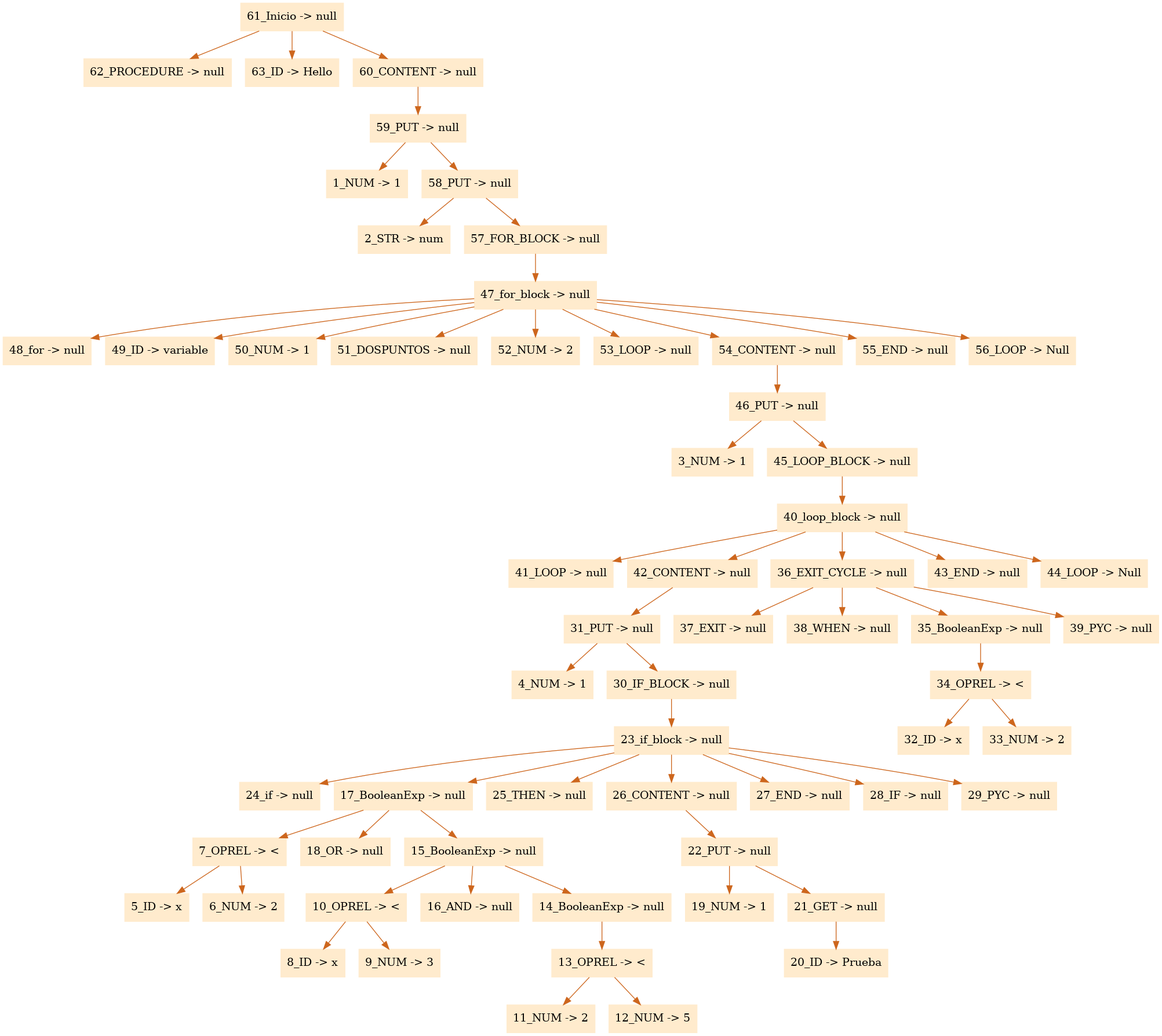
This is CompiladorAda/arbol.png from FranciscoPagoaga/Ada95-Compiler, a Graphviz export, as it was before one commit. Its source is kept beside it as CompiladorAda/arbol.dot.
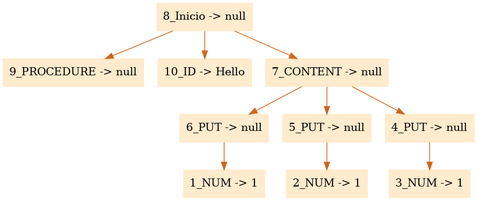
After the change.

Commit message:
Arreglo de content, content vacio

Change to the diagram source:
```diff
@@ -1,67 +1,14 @@
 digraph G {node[shape=box, style=filled, color=blanchedalmond]; edge[color=chocolate3];rankdir=UD
 
-"61_Inicio -> null"->"62_PROCEDURE -> null"
-"61_Inicio -> null"->"63_ID -> Hello"
-"61_Inicio -> null"->"60_CONTENT -> null"
-"60_CONTENT -> null"->"59_PUT -> null"
-"59_PUT -> null"->"1_NUM -> 1"
-"59_PUT -> null"->"58_PUT -> null"
-"58_PUT -> null"->"2_STR -> num"
-"58_PUT -> null"->"57_FOR_BLOCK -> null"
-"57_FOR_BLOCK -> null"->"47_for_block -> null"
-"47_for_block -> null"->"48_for -> null"
-"47_for_block -> null"->"49_ID -> variable"
-"47_for_block -> null"->"50_NUM -> 1"
-"47_for_block -> null"->"51_DOSPUNTOS -> null"
-"47_for_block -> null"->"52_NUM -> 2"
-"47_for_block -> null"->"53_LOOP -> null"
-"47_for_block -> null"->"54_CONTENT -> null"
-"54_CONTENT -> null"->"46_PUT -> null"
-"46_PUT -> null"->"3_NUM -> 1"
-"46_PUT -> null"->"45_LOOP_BLOCK -> null"
-"45_LOOP_BLOCK -> null"->"40_loop_block -> null"
-"40_loop_block -> null"->"41_LOOP -> null"
-"40_loop_block -> null"->"42_CONTENT -> null"
-"42_CONTENT -> null"->"31_PUT -> null"
-"31_PUT -> null"->"4_NUM -> 1"
-"31_PUT -> null"->"30_IF_BLOCK -> null"
-"30_IF_BLOCK -> null"->"23_if_block -> null"
-"23_if_block -> null"->"24_if -> null"
-"23_if_block -> null"->"17_BooleanExp -> null"
-"17_BooleanExp -> null"->"7_OPREL -> <"
-"7_OPREL -> <"->"5_ID -> x"
-"7_OPREL -> <"->"6_NUM -> 2"
-"17_BooleanExp -> null"->"18_OR -> null"
-"17_BooleanExp -> null"->"15_BooleanExp -> null"
-"15_BooleanExp -> null"->"10_OPREL -> <"
-"10_OPREL -> <"->"8_ID -> x"
-"10_OPREL -> <"->"9_NUM -> 3"
-"15_BooleanExp -> null"->"16_AND -> null"
-"15_BooleanExp -> null"->"14_BooleanExp -> null"
-"14_BooleanExp -> null"->"13_OPREL -> <"
-"13_OPREL -> <"->"11_NUM -> 2"
-"13_OPREL -> <"->"12_NUM -> 5"
-"23_if_block -> null"->"25_THEN -> null"
-"23_if_block -> null"->"26_CONTENT -> null"
-"26_CONTENT -> null"->"22_PUT -> null"
-"22_PUT -> null"->"19_NUM -> 1"
-"22_PUT -> null"->"21_GET -> null"
-"21_GET -> null"->"20_ID -> Prueba"
-"23_if_block -> null"->"27_END -> null"
-"23_if_block -> null"->"28_IF -> null"
-"23_if_block -> null"->"29_PYC -> null"
-"40_loop_block -> null"->"36_EXIT_CYCLE -> null"
-"36_EXIT_CYCLE -> null"->"37_EXIT -> null"
-"36_EXIT_CYCLE -> null"->"38_WHEN -> null"
-"36_EXIT_CYCLE -> null"->"35_BooleanExp -> null"
-"35_BooleanExp -> null"->"34_OPREL -> <"
-"34_OPREL -> <"->"32_ID -> x"
-"34_OPREL -> <"->"33_NUM -> 2"
-"36_EXIT_CYCLE -> null"->"39_PYC -> null"
-"40_loop_block -> null"->"43_END -> null"
-"40_loop_block -> null"->"44_LOOP -> Null"
-"47_for_block -> null"->"55_END -> null"
-"47_for_block -> null"->"56_LOOP -> Null"
+"8_Inicio -> null"->"9_PROCEDURE -> null"
+"8_Inicio -> null"->"10_ID -> Hello"
+"8_Inicio -> null"->"7_CONTENT -> null"
+"7_CONTENT -> null"->"6_PUT -> null"
+"6_PUT -> null"->"1_NUM -> 1"
+"7_CONTENT -> null"->"5_PUT -> null"
+"5_PUT -> null"->"2_NUM -> 1"
+"7_CONTENT -> null"->"4_PUT -> null"
+"4_PUT -> null"->"3_NUM -> 1"
 
 
 }
```
